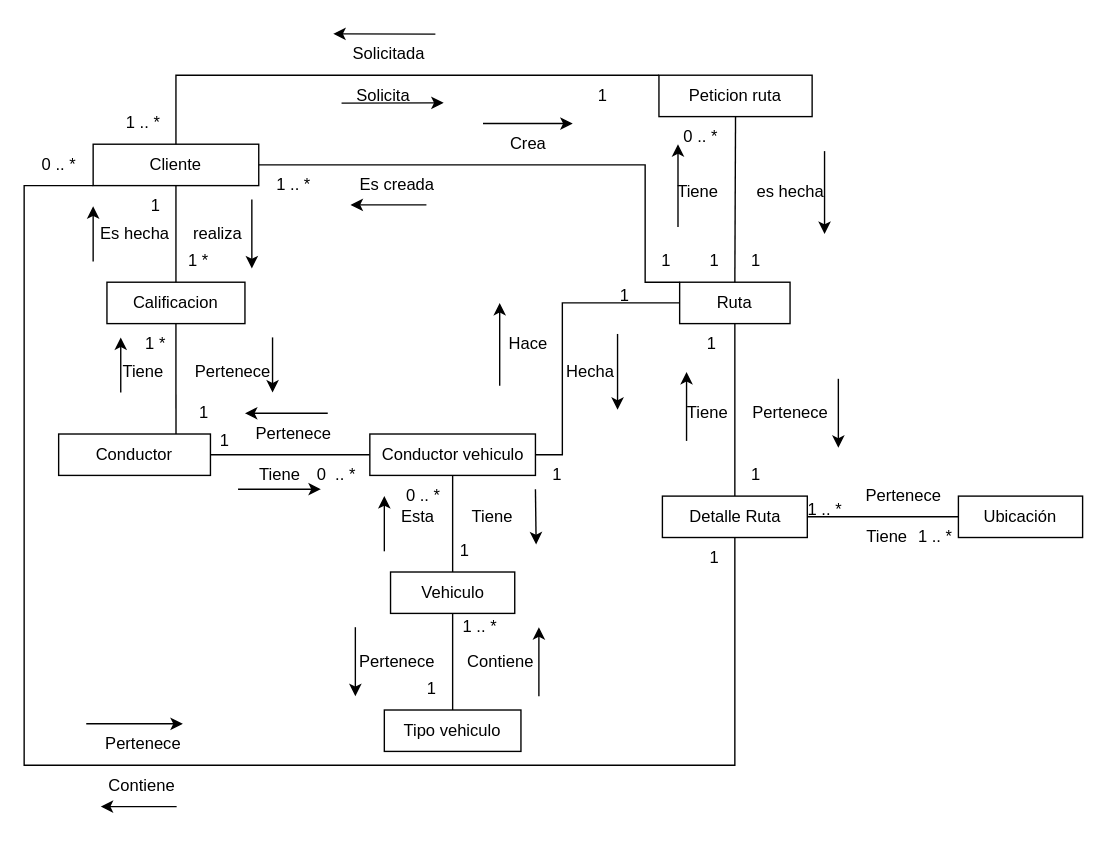
federico1605/RepositorioDOO keeps this draw.io diagram as ExtraClase/Modelado de Dominio/Modelo anemico/ModeloDominio.drawio. Above is the earlier version. Source tidied: cells renumbered, new cells numbered last; positions are measured from the earlier drawing's top-left corner, leaving out a move shared by most shapes. Both pictures are drawn from the tidied source at 138%, with x=0, y=0 at pixel (23, 33).
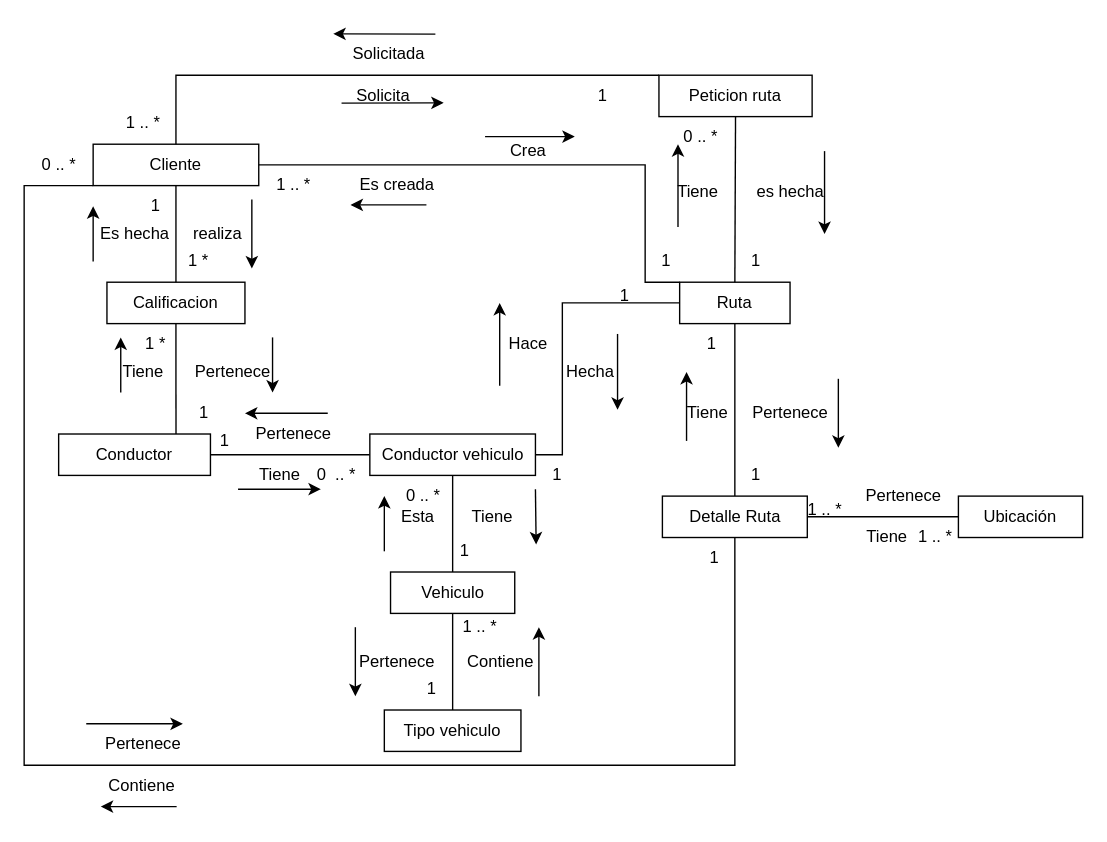
The same page after the edit.

Commit message (it also covers changes not shown here):
cambios minimos

Diff of the diagram source:
```diff
@@
-    <mxCell id="53" value="1" style="text;html=1;align=center;verticalAlign=middle;strokeColor=none;fillColor=none;" parent="1" vertex="1">
-      <mxGeometry x="485" y="150" width="30" height="30" as="geometry" />
-    </mxCell>
@@
     <mxCell id="71" value="Crea" style="text;html=1;align=center;verticalAlign=middle;strokeColor=none;fillColor=none;" parent="1" vertex="1">
-      <mxGeometry x="340" y="65" width="50" height="30" as="geometry" />
+      <mxGeometry x="340" y="70" width="50" height="30" as="geometry" />
     </mxCell>
@@
     <mxCell id="76" style="endArrow=classic;html=1;rounded=0;" parent="1" edge="1">
       <mxGeometry relative="1" as="geometry">
-        <mxPoint x="332.5" y="65" as="sourcePoint" />
-        <mxPoint x="397.5" y="65" as="targetPoint" />
+        <mxPoint x="334" y="74.5" as="sourcePoint" />
+        <mxPoint x="399" y="74.5" as="targetPoint" />
       </mxGeometry>
     </mxCell>
```
